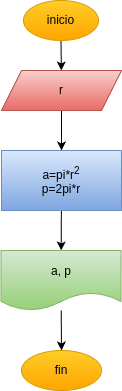
Earlier version of the draw.io export diagrama.png (Jimmy-garcia-0/invertir-numero). Source tidied: cells renumbered, new cells last; positions are measured from the earlier drawing's top-left corner, leaving out a move shared by most shapes.
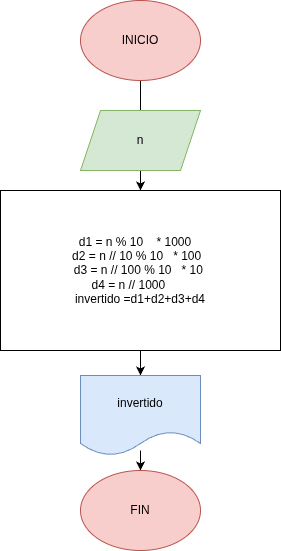
Above is the later version.

Change to the diagram source:
```diff
@@ -2,32 +2,29 @@
   <root>
     <mxCell id="0" />
     <mxCell id="1" parent="0" />
-    <mxCell id="2" style="edgeStyle=none;html=1;" parent="1" edge="1" source="3" target="5">
-      <mxGeometry relative="1" as="geometry" />
-    </mxCell>
-    <mxCell id="3" value="inicio" style="ellipse;whiteSpace=wrap;html=1;fillColor=#ffcd28;gradientColor=#ffa500;strokeColor=#d79b00;" parent="1" vertex="1">
-      <mxGeometry x="22" width="75" height="40" as="geometry" />
-    </mxCell>
-    <mxCell id="4" style="edgeStyle=none;html=1;" parent="1" edge="1" source="5" target="7">
-      <mxGeometry relative="1" as="geometry" />
-    </mxCell>
-    <mxCell id="5" value="r" style="shape=parallelogram;perimeter=parallelogramPerimeter;whiteSpace=wrap;html=1;fixedSize=1;fillColor=#f8cecc;gradientColor=#ea6b66;strokeColor=#b85450;" parent="1" vertex="1">
-      <mxGeometry y="70" width="120" height="40" as="geometry" />
-    </mxCell>
-    <mxCell id="6" style="edgeStyle=none;html=1;" parent="1" edge="1" source="7" target="9">
-      <mxGeometry relative="1" as="geometry" />
-    </mxCell>
-    <mxCell id="7" value="a=pi*r&lt;sup&gt;2&lt;/sup&gt;&lt;div&gt;&lt;div&gt;p=2pi*r&lt;/div&gt;&lt;/div&gt;" style="whiteSpace=wrap;html=1;align=center;fillColor=#dae8fc;gradientColor=#7ea6e0;strokeColor=#6c8ebf;" parent="1" vertex="1">
-      <mxGeometry y="150" width="120" height="60" as="geometry" />
-    </mxCell>
-    <mxCell id="8" style="edgeStyle=none;html=1;entryX=0.5;entryY=0;entryDx=0;entryDy=0;" parent="1" edge="1" source="9" target="10">
-      <mxGeometry relative="1" as="geometry" />
-    </mxCell>
-    <mxCell id="9" value="a, p" style="shape=document;whiteSpace=wrap;html=1;boundedLbl=1;fillColor=#d5e8d4;gradientColor=#97d077;strokeColor=#82b366;" parent="1" vertex="1">
-      <mxGeometry x="-0.5" y="250" width="120" height="60" as="geometry" />
-    </mxCell>
-    <mxCell id="10" value="fin" style="ellipse;whiteSpace=wrap;html=1;fillColor=#ffcd28;gradientColor=#ffa500;strokeColor=#d79b00;" parent="1" vertex="1">
-      <mxGeometry x="20" y="350" width="80" height="40" as="geometry" />
-    </mxCell>
+    <mxCell id="11" style="edgeStyle=orthogonalEdgeStyle;rounded=0;jettySize=auto;html=1;" parent="1" edge="1" source="12" target="15">
+      <mxGeometry relative="1" as="geometry" />
+    </mxCell>
+    <mxCell id="12" value="INICIO" style="ellipse;whiteSpace=wrap;html=1;fillColor=#f8cecc;strokeColor=#b85450;gradientColor=none;" parent="1" vertex="1">
+      <mxGeometry x="102" y="50" width="120" height="80" as="geometry" />
+    </mxCell>
+    <mxCell id="13" value="n" style="shape=parallelogram;perimeter=parallelogramPerimeter;whiteSpace=wrap;html=1;fixedSize=1;fillColor=#d5e8d4;strokeColor=#82b366;" parent="1" vertex="1">
+      <mxGeometry x="102" y="160" width="120" height="60" as="geometry" />
+    </mxCell>
+    <mxCell id="14" style="edgeStyle=orthogonalEdgeStyle;rounded=0;jettySize=auto;html=1;" parent="1" edge="1" source="15" target="17">
+      <mxGeometry relative="1" as="geometry" />
+    </mxCell>
+    <mxCell id="15" value="&lt;div&gt;d1 = n % 10&amp;nbsp; &amp;nbsp; * 1000&amp;nbsp; &amp;nbsp;&lt;/div&gt;&lt;div&gt;d2 = n // 10 % 10&amp;nbsp; &amp;nbsp;* 100&amp;nbsp;&amp;nbsp;&lt;/div&gt;&lt;div&gt;d3 = n // 100 % 10&amp;nbsp; &amp;nbsp;* 10&amp;nbsp;&lt;/div&gt;&lt;div&gt;d4 = n // 1000&amp;nbsp; &amp;nbsp; &amp;nbsp; &amp;nbsp;&lt;/div&gt;&lt;div&gt;invertido =d1+d2+d3+d4&lt;/div&gt;" style="rounded=0;whiteSpace=wrap;html=1;" parent="1" vertex="1">
+      <mxGeometry x="22" y="240" width="280" height="160" as="geometry" />
+    </mxCell>
+    <mxCell id="16" style="edgeStyle=orthogonalEdgeStyle;rounded=0;jettySize=auto;html=1;" parent="1" edge="1" source="17" target="18">
+      <mxGeometry relative="1" as="geometry" />
+    </mxCell>
+    <mxCell id="17" value="invertido" style="shape=document;whiteSpace=wrap;html=1;boundedLbl=1;fillColor=#dae8fc;strokeColor=#6c8ebf;" parent="1" vertex="1">
+      <mxGeometry x="102" y="425" width="120" height="80" as="geometry" />
+    </mxCell>
+    <mxCell id="18" value="FIN" style="ellipse;whiteSpace=wrap;html=1;fillColor=#f8cecc;strokeColor=#b85450;" parent="1" vertex="1">
+      <mxGeometry x="102" y="520" width="120" height="80" as="geometry" />
+    </mxCell>
   </root>
 </mxGraphModel>
```
